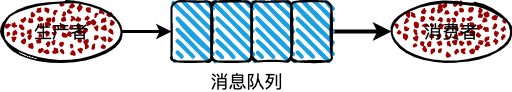
The draw.io diagram img/mq-queue.png in boilingfrog/Go-POINT, before a commit. Source tidied: cells renumbered, new cells last; positions are measured from the earlier drawing's top-left corner, leaving out a move shared by most shapes. Its diagram source:
```xml
<mxGraphModel>
  <root>
    <mxCell id="0" />
    <mxCell id="1" parent="0" />
    <mxCell id="2" style="edgeStyle=none;html=1;entryX=0;entryY=0.5;entryDx=0;entryDy=0;startArrow=none;startFill=0;strokeWidth=3;" parent="1" edge="1" source="3" target="4">
      <mxGeometry relative="1" as="geometry" />
    </mxCell>
    <mxCell id="3" value="&lt;font style=&quot;font-size: 18px&quot;&gt;生产者&lt;/font&gt;" style="ellipse;whiteSpace=wrap;html=1;strokeWidth=2;fillWeight=2;hachureGap=8;fillColor=#990000;fillStyle=dots;sketch=1;" parent="1" vertex="1">
      <mxGeometry width="120" height="60" as="geometry" />
    </mxCell>
    <mxCell id="4" style="rounded=1;whiteSpace=wrap;html=1;strokeWidth=2;fillWeight=4;hachureGap=8;hachureAngle=45;fillColor=#1ba1e2;sketch=1;" parent="1" vertex="1">
      <mxGeometry x="170" width="40" height="60" as="geometry" />
    </mxCell>
    <mxCell id="5" style="rounded=1;whiteSpace=wrap;html=1;strokeWidth=2;fillWeight=4;hachureGap=8;hachureAngle=45;fillColor=#1ba1e2;sketch=1;" parent="1" vertex="1">
      <mxGeometry x="210" width="40" height="60" as="geometry" />
    </mxCell>
    <mxCell id="6" style="rounded=1;whiteSpace=wrap;html=1;strokeWidth=2;fillWeight=4;hachureGap=8;hachureAngle=45;fillColor=#1ba1e2;sketch=1;" parent="1" vertex="1">
      <mxGeometry x="250" width="40" height="60" as="geometry" />
    </mxCell>
    <mxCell id="7" style="edgeStyle=none;html=1;strokeWidth=4;" parent="1" edge="1" source="8" target="9">
      <mxGeometry relative="1" as="geometry" />
    </mxCell>
    <mxCell id="8" style="rounded=1;whiteSpace=wrap;html=1;strokeWidth=2;fillWeight=4;hachureGap=8;hachureAngle=45;fillColor=#1ba1e2;sketch=1;" parent="1" vertex="1">
      <mxGeometry x="290" width="40" height="60" as="geometry" />
    </mxCell>
    <mxCell id="9" value="&lt;span style=&quot;font-size: 18px&quot;&gt;消费者&lt;/span&gt;" style="ellipse;whiteSpace=wrap;html=1;strokeWidth=2;fillWeight=2;hachureGap=8;fillColor=#990000;fillStyle=dots;sketch=1;" parent="1" vertex="1">
      <mxGeometry x="390" width="120" height="60" as="geometry" />
    </mxCell>
    <mxCell id="10" value="&lt;font style=&quot;font-size: 18px&quot;&gt;消息队列&lt;/font&gt;" style="text;html=1;align=center;verticalAlign=middle;strokeColor=none;strokeWidth=1;" parent="1" vertex="1">
      <mxGeometry x="200" y="70" width="90" height="20" as="geometry" />
    </mxCell>
  </root>
</mxGraphModel>
```
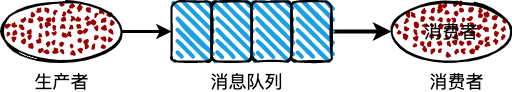
After the change.

The edit, as a diff of the source:
```diff
@@ -5,7 +5,7 @@
     <mxCell id="2" style="edgeStyle=none;html=1;entryX=0;entryY=0.5;entryDx=0;entryDy=0;startArrow=none;startFill=0;strokeWidth=3;" parent="1" edge="1" source="3" target="4">
       <mxGeometry relative="1" as="geometry" />
     </mxCell>
-    <mxCell id="3" value="&lt;font style=&quot;font-size: 18px&quot;&gt;生产者&lt;/font&gt;" style="ellipse;whiteSpace=wrap;html=1;strokeWidth=2;fillWeight=2;hachureGap=8;fillColor=#990000;fillStyle=dots;sketch=1;" parent="1" vertex="1">
+    <mxCell id="3" style="ellipse;whiteSpace=wrap;html=1;strokeWidth=2;fillWeight=2;hachureGap=8;fillColor=#990000;fillStyle=dots;sketch=1;" parent="1" vertex="1">
       <mxGeometry width="120" height="60" as="geometry" />
     </mxCell>
     <mxCell id="4" style="rounded=1;whiteSpace=wrap;html=1;strokeWidth=2;fillWeight=4;hachureGap=8;hachureAngle=45;fillColor=#1ba1e2;sketch=1;" parent="1" vertex="1">
@@ -29,5 +29,11 @@
     <mxCell id="10" value="&lt;font style=&quot;font-size: 18px&quot;&gt;消息队列&lt;/font&gt;" style="text;html=1;align=center;verticalAlign=middle;strokeColor=none;strokeWidth=1;" parent="1" vertex="1">
       <mxGeometry x="200" y="70" width="90" height="20" as="geometry" />
     </mxCell>
+    <mxCell id="11" value="&lt;span style=&quot;font-size: 18px&quot;&gt;生产者&lt;/span&gt;" style="text;html=1;align=center;verticalAlign=middle;strokeColor=none;strokeWidth=1;" parent="1" vertex="1">
+      <mxGeometry x="25" y="70" width="70" height="20" as="geometry" />
+    </mxCell>
+    <mxCell id="12" value="&lt;font style=&quot;font-size: 18px&quot;&gt;消费者&lt;/font&gt;" style="text;html=1;align=center;verticalAlign=middle;strokeColor=none;strokeWidth=1;" parent="1" vertex="1">
+      <mxGeometry x="420" y="70" width="70" height="20" as="geometry" />
+    </mxCell>
   </root>
 </mxGraphModel>
```
